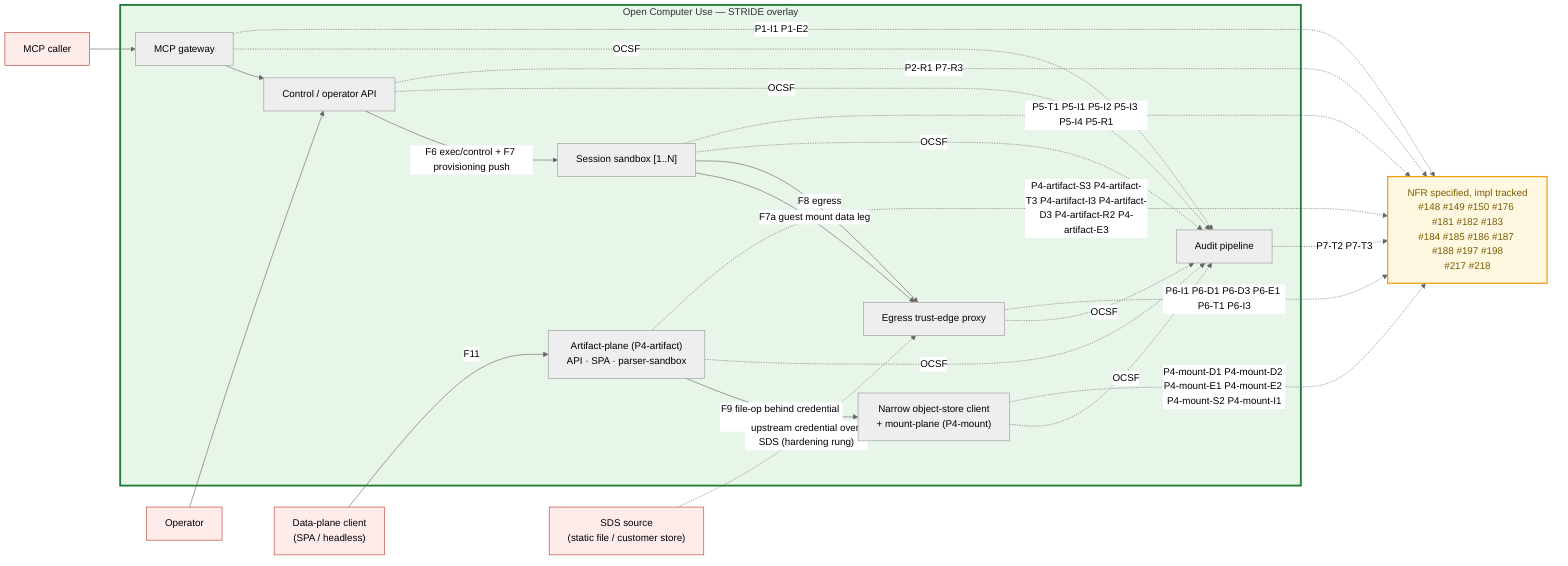
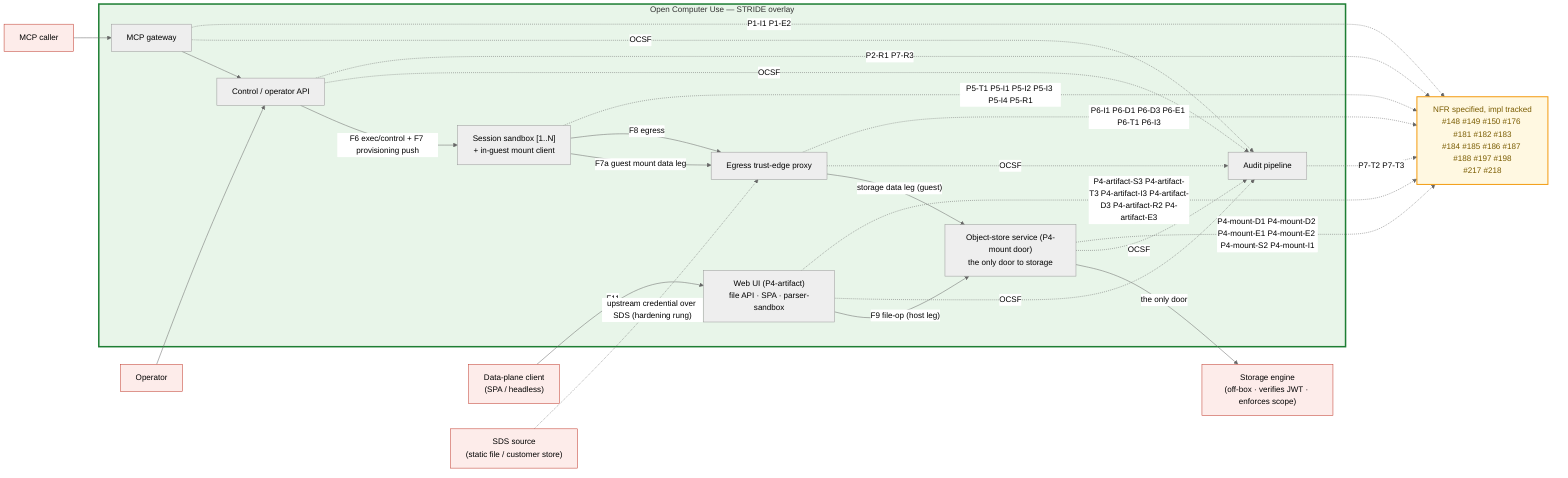
%% SPDX-License-Identifier: FSL-1.1-Apache-2.0
%% Copyright (c) 2025 Open Computer Use Contributors
%% Layer 7 STRIDE overlay on the Layer 6 container DFD. Referenced from docs/architecture/06-threat-model.md.
%% Residual (PARTIAL) threats annotated per element; the DFD itself is canonical in c4-container.mmd (not redrawn).
%%{init: {"theme": "neutral"} }%%
flowchart LR
    PEER["MCP caller"]:::ext
    OPER["Operator"]:::ext
    DPC["Data-plane client<br/>(SPA / headless)"]:::ext
    SDS["SDS source<br/>(static file / customer store)"]:::ext
+     ENGINE["Storage engine<br/>(off-box · verifies JWT · enforces scope)"]:::ext
    subgraph OCU["Open Computer Use — STRIDE overlay"]
        MCPG["MCP gateway"]
        CTRL["Control / operator API"]
-         OSC["Narrow object-store client<br/>+ mount-plane (P4-mount)"]
-         ART["Artifact-plane (P4-artifact)<br/>API · SPA · parser-sandbox"]
-         VM["Session sandbox [1..N]"]
+         OSS["Object-store service (P4-mount door)<br/>the only door to storage"]
+         WEBUI["Web UI (P4-artifact)<br/>file API · SPA · parser-sandbox"]
+         VM["Session sandbox [1..N]<br/>+ in-guest mount client"]
        EDGE["Egress trust-edge proxy"]
        AUD["Audit pipeline"]
    end
    PEER --> MCPG
    OPER --> CTRL
    MCPG --> CTRL
    CTRL -->|"F6 exec/control + F7 provisioning push"| VM
-     DPC -->|"F11"| ART
-     ART -->|"F9 file-op behind credential seam"| OSC
+     DPC -->|"F11"| WEBUI
+     WEBUI -->|"F9 file-op (host leg)"| OSS
    VM -->|"F7a guest mount data leg"| EDGE
    VM -->|"F8 egress"| EDGE
+     EDGE -->|"storage data leg (guest)"| OSS
+     OSS -->|"the only door"| ENGINE
    SDS -.->|"upstream credential over SDS (hardening rung)"| EDGE
-     VM -.OCSF.-> AUD
+     %% The Session sandbox does NOT emit to audit (dead model #3). Host-side
+     %% components author the guest's audit events; fan-in is host-side only.
    EDGE -.OCSF.-> AUD
-     OSC -.OCSF.-> AUD
-     ART -.OCSF.-> AUD
+     OSS -.OCSF.-> AUD
+     WEBUI -.OCSF.-> AUD
    MCPG -.OCSF.-> AUD
    CTRL -.OCSF.-> AUD

    PEND["NFR specified, impl tracked<br/>#148 #149 #150 #176 #181 #182 #183<br/>#184 #185 #186 #187 #188 #197 #198<br/>#217 #218"]:::pend
    MCPG -. P1-I1 P1-E2 .-> PEND
    CTRL -. P2-R1 P7-R3 .-> PEND
-     OSC -. "P4-mount-D1 P4-mount-D2 P4-mount-E1 P4-mount-E2 P4-mount-S2 P4-mount-I1" .-> PEND
-     ART -. "P4-artifact-S3 P4-artifact-T3 P4-artifact-I3 P4-artifact-D3 P4-artifact-R2 P4-artifact-E3" .-> PEND
+     OSS -. "P4-mount-D1 P4-mount-D2 P4-mount-E1 P4-mount-E2 P4-mount-S2 P4-mount-I1" .-> PEND
+     WEBUI -. "P4-artifact-S3 P4-artifact-T3 P4-artifact-I3 P4-artifact-D3 P4-artifact-R2 P4-artifact-E3" .-> PEND
    VM -. P5-T1 P5-I1 P5-I2 P5-I3 P5-I4 P5-R1 .-> PEND
    EDGE -. P6-I1 P6-D1 P6-D3 P6-E1 P6-T1 P6-I3 .-> PEND
    AUD -. P7-T2 P7-T3 .-> PEND

    classDef ext fill:#fdecea,stroke:#c0392b,stroke-width:1px;
    classDef pend fill:#fff8e1,stroke:#f39c12,stroke-width:2px,color:#7a5c00;
    style OCU fill:#e8f5e9,stroke:#1e7e34,stroke-width:3px;
